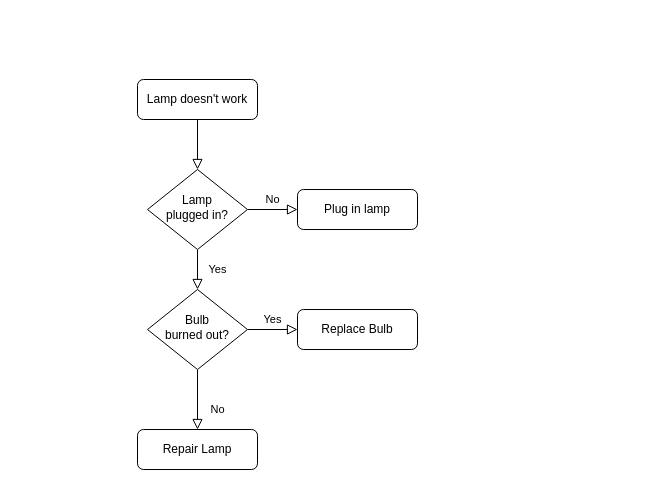
xthit/2018 keeps this draw.io diagram as Untitled Diagram.drawio. Above is the earlier version. Source tidied: cells renumbered, new cells numbered last; positions are measured from the earlier drawing's top-left corner, leaving out a move shared by most shapes. Both pictures are drawn from the tidied source at 100%, with x=0, y=0 at pixel (137, 79).
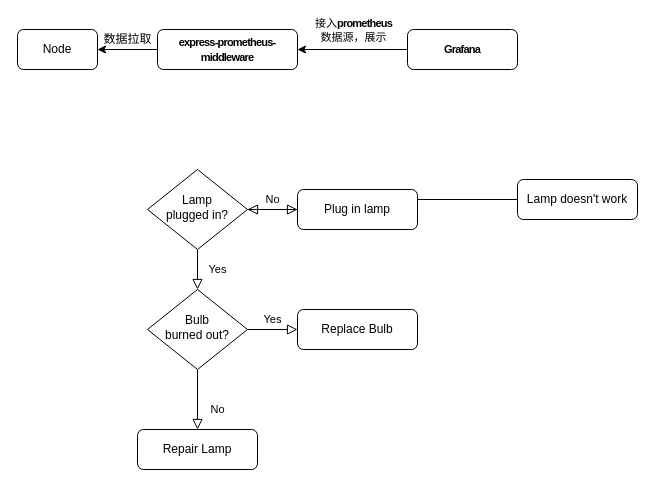
Above is the later version.

What changed in the source:
```diff
@@
     <mxCell id="3" value="Lamp doesn't work" style="rounded=1;whiteSpace=wrap;html=1;fontSize=12;glass=0;strokeWidth=1;shadow=0;" parent="1" vertex="1">
-      <mxGeometry width="120" height="40" as="geometry" />
+      <mxGeometry x="380" y="100" width="120" height="40" as="geometry" />
     </mxCell>
@@
+    <mxCell id="13" value="Node" style="rounded=1;whiteSpace=wrap;html=1;fontSize=12;glass=0;strokeWidth=1;shadow=0;" parent="1" vertex="1">
+      <mxGeometry x="-120" y="-50" width="80" height="40" as="geometry" />
+    </mxCell>
+    <mxCell id="14" style="edgeStyle=orthogonalEdgeStyle;rounded=0;jettySize=auto;html=1;" parent="1" edge="1" source="15" target="13">
+      <mxGeometry relative="1" as="geometry" />
+    </mxCell>
+    <mxCell id="15" value="&lt;span style=&quot;font-family: &amp;#34;source sans pro&amp;#34; , &amp;#34;lucida grande&amp;#34; , sans-serif ; font-weight: 600 ; letter-spacing: -0.8px ; background-color: rgb(255 , 255 , 255)&quot;&gt;&lt;font style=&quot;font-size: 11px&quot;&gt;express-prometheus-middleware&lt;/font&gt;&lt;/span&gt;" style="rounded=1;whiteSpace=wrap;html=1;fontSize=12;glass=0;strokeWidth=1;shadow=0;" parent="1" vertex="1">
+      <mxGeometry x="20" y="-50" width="140" height="40" as="geometry" />
+    </mxCell>
+    <mxCell id="16" style="edgeStyle=orthogonalEdgeStyle;rounded=0;jettySize=auto;html=1;" parent="1" edge="1" source="18" target="15">
+      <mxGeometry relative="1" as="geometry" />
+    </mxCell>
+    <mxCell id="17" value="接入&lt;span style=&quot;font-family: &amp;#34;source sans pro&amp;#34; , &amp;#34;lucida grande&amp;#34; , sans-serif ; font-weight: 600 ; letter-spacing: -0.8px&quot;&gt;prometheus&lt;/span&gt;&lt;br&gt;数据源，展示" style="edgeLabel;html=1;align=center;verticalAlign=middle;" parent="16" vertex="1">
+      <mxGeometry x="0.04" relative="1" as="geometry">
+        <mxPoint x="2" y="-20" as="offset" />
+      </mxGeometry>
+    </mxCell>
+    <mxCell id="18" value="&lt;span style=&quot;font-family: &amp;#34;source sans pro&amp;#34; , &amp;#34;lucida grande&amp;#34; , sans-serif ; font-weight: 600 ; letter-spacing: -0.8px ; background-color: rgb(255 , 255 , 255)&quot;&gt;&lt;font style=&quot;font-size: 11px&quot;&gt;Grafana&lt;/font&gt;&lt;/span&gt;" style="rounded=1;whiteSpace=wrap;html=1;fontSize=12;glass=0;strokeWidth=1;shadow=0;" parent="1" vertex="1">
+      <mxGeometry x="270" y="-50" width="110" height="40" as="geometry" />
+    </mxCell>
+    <mxCell id="19" value="数据拉取" style="text;html=1;align=center;verticalAlign=middle;strokeColor=none;" parent="1" vertex="1">
+      <mxGeometry x="-40" y="-50" width="60" height="20" as="geometry" />
+    </mxCell>
```
